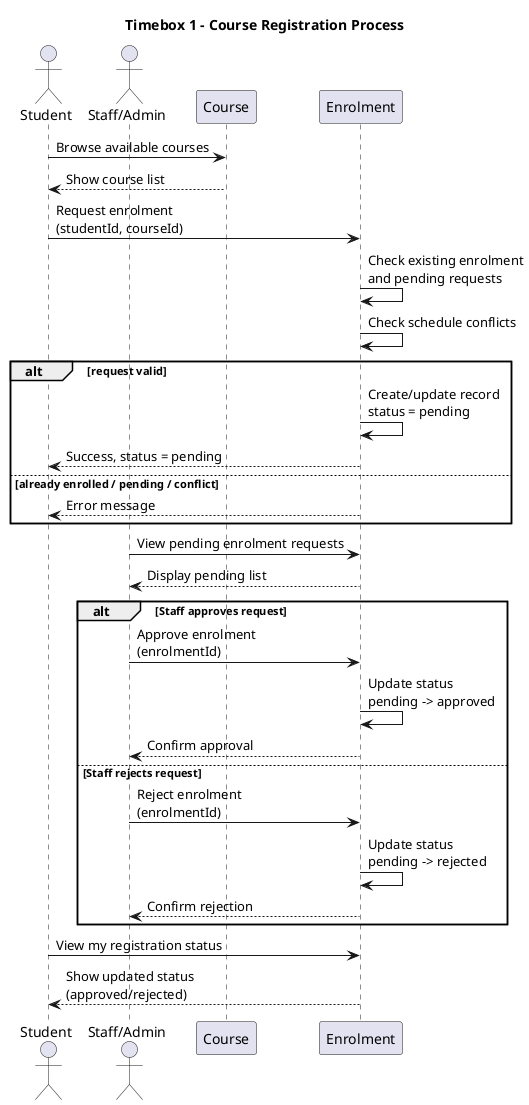
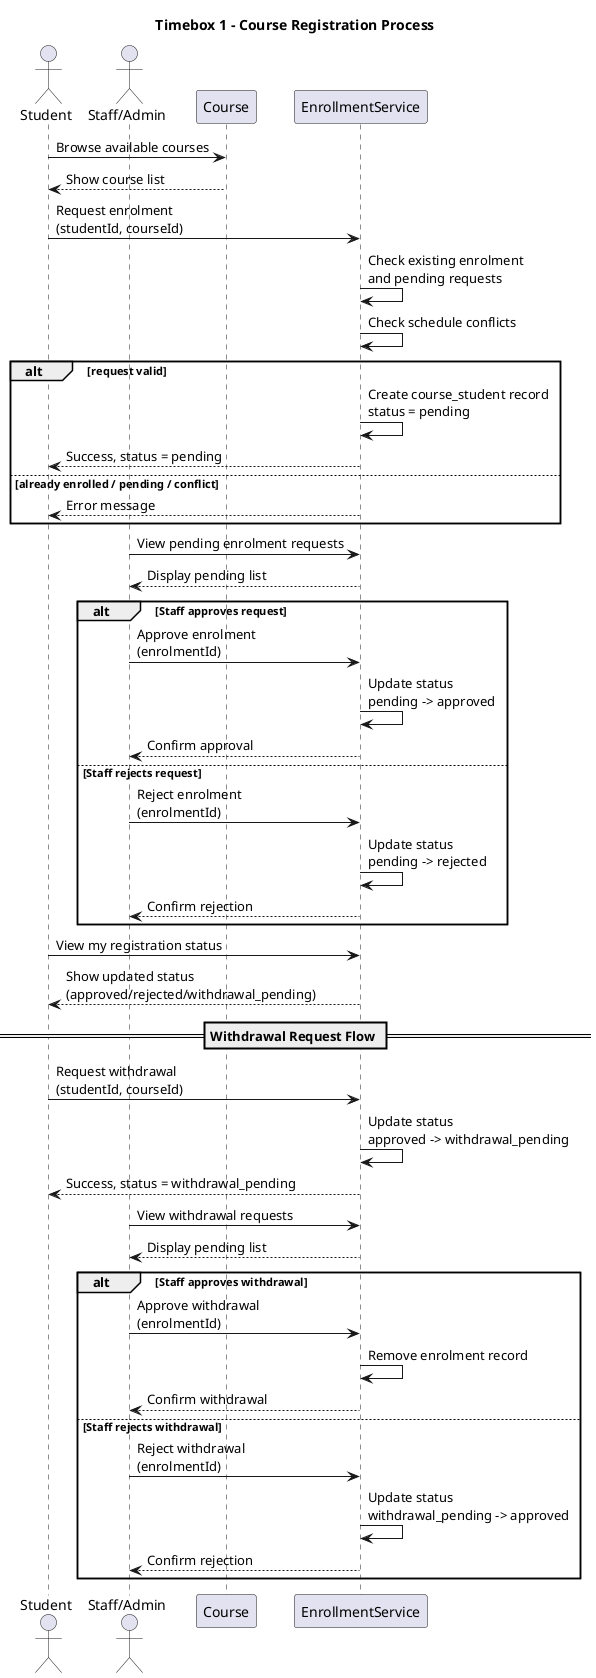
@startuml
title Timebox 1 - Course Registration Process

actor Student
actor Staff as "Staff/Admin"

participant "Course" as Course
- participant "Enrolment" as Enrolment
+ participant "EnrollmentService" as EnrollmentService

Student -> Course: Browse available courses
Course --> Student: Show course list

- Student -> Enrolment: Request enrolment\n(studentId, courseId)
- Enrolment -> Enrolment: Check existing enrolment\nand pending requests
- Enrolment -> Enrolment: Check schedule conflicts
+ Student -> EnrollmentService: Request enrolment\n(studentId, courseId)
+ EnrollmentService -> EnrollmentService: Check existing enrolment\nand pending requests
+ EnrollmentService -> EnrollmentService: Check schedule conflicts
alt request valid
-   Enrolment -> Enrolment: Create/update record\nstatus = pending
-   Enrolment --> Student: Success, status = pending
+   EnrollmentService -> EnrollmentService: Create course_student record\nstatus = pending
+   EnrollmentService --> Student: Success, status = pending
else already enrolled / pending / conflict
-   Enrolment --> Student: Error message
+   EnrollmentService --> Student: Error message
end

- Staff -> Enrolment: View pending enrolment requests
- Enrolment --> Staff: Display pending list
+ Staff -> EnrollmentService: View pending enrolment requests
+ EnrollmentService --> Staff: Display pending list

alt Staff approves request
-   Staff -> Enrolment: Approve enrolment\n(enrolmentId)
-   Enrolment -> Enrolment: Update status\npending -> approved
-   Enrolment --> Staff: Confirm approval
+   Staff -> EnrollmentService: Approve enrolment\n(enrolmentId)
+   EnrollmentService -> EnrollmentService: Update status\npending -> approved
+   EnrollmentService --> Staff: Confirm approval
else Staff rejects request
-   Staff -> Enrolment: Reject enrolment\n(enrolmentId)
-   Enrolment -> Enrolment: Update status\npending -> rejected
-   Enrolment --> Staff: Confirm rejection
+   Staff -> EnrollmentService: Reject enrolment\n(enrolmentId)
+   EnrollmentService -> EnrollmentService: Update status\npending -> rejected
+   EnrollmentService --> Staff: Confirm rejection
end

- Student -> Enrolment: View my registration status
- Enrolment --> Student: Show updated status\n(approved/rejected)
+ Student -> EnrollmentService: View my registration status
+ EnrollmentService --> Student: Show updated status\n(approved/rejected/withdrawal_pending)
+ 
+ == Withdrawal Request Flow ==
+ 
+ Student -> EnrollmentService: Request withdrawal\n(studentId, courseId)
+ EnrollmentService -> EnrollmentService: Update status\napproved -> withdrawal_pending
+ EnrollmentService --> Student: Success, status = withdrawal_pending
+ 
+ Staff -> EnrollmentService: View withdrawal requests
+ EnrollmentService --> Staff: Display pending list
+ 
+ alt Staff approves withdrawal
+   Staff -> EnrollmentService: Approve withdrawal\n(enrolmentId)
+   EnrollmentService -> EnrollmentService: Remove enrolment record
+   EnrollmentService --> Staff: Confirm withdrawal
+ else Staff rejects withdrawal
+   Staff -> EnrollmentService: Reject withdrawal\n(enrolmentId)
+   EnrollmentService -> EnrollmentService: Update status\nwithdrawal_pending -> approved
+   EnrollmentService --> Staff: Confirm rejection
+ end

@enduml
